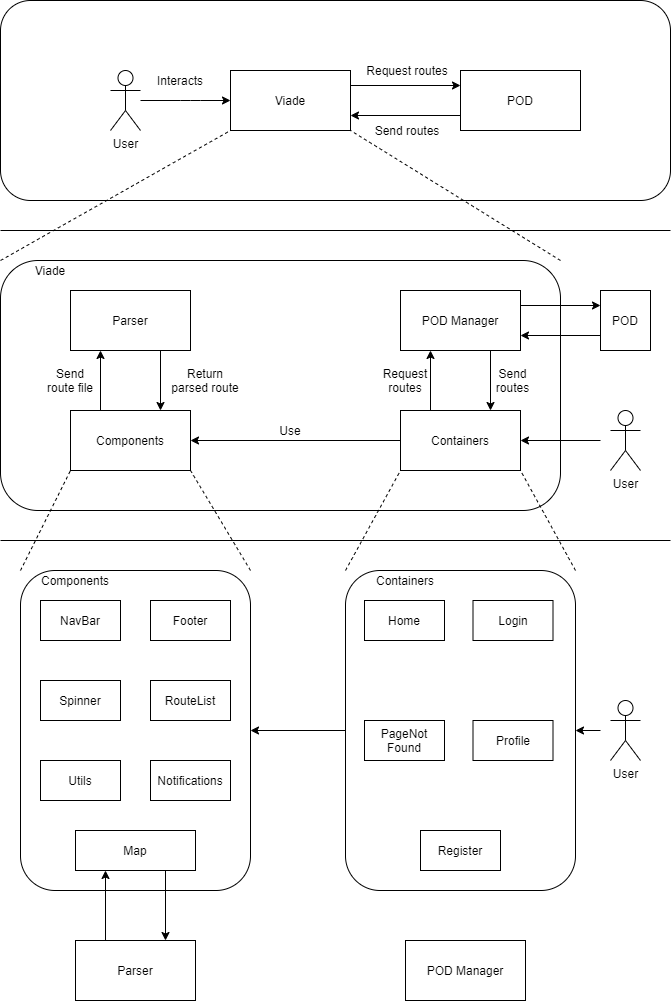
The draw.io diagram src/docs/images/05_building_block_view.png in Arquisoft/viade_es2b, before a commit. Source tidied: cells renumbered, new cells last; positions are measured from the earlier drawing's top-left corner, leaving out a move shared by most shapes. Its diagram source:
```xml
<mxGraphModel>
  <root>
    <mxCell id="0" />
    <mxCell id="1" parent="0" />
    <mxCell id="2" style="rounded=1;whiteSpace=wrap;html=1;" parent="1" vertex="1">
      <mxGeometry width="670" height="200" as="geometry" />
    </mxCell>
    <mxCell id="3" value="Viade" style="rounded=0;whiteSpace=wrap;html=1;" parent="1" vertex="1">
      <mxGeometry x="230" y="70" width="120" height="60" as="geometry" />
    </mxCell>
    <mxCell id="4" style="endArrow=none;dashed=1;html=1;entryX=0;entryY=1;entryDx=0;entryDy=0;exitX=0;exitY=0;exitDx=0;exitDy=0;" parent="1" edge="1" source="11" target="3">
      <mxGeometry relative="1" as="geometry" />
    </mxCell>
    <mxCell id="5" style="endArrow=classic;html=1;exitX=1;exitY=0.25;exitDx=0;exitDy=0;entryX=0;entryY=0.25;entryDx=0;entryDy=0;" parent="1" edge="1" source="3" target="6">
      <mxGeometry relative="1" as="geometry" />
    </mxCell>
    <mxCell id="6" value="POD" style="rounded=0;whiteSpace=wrap;html=1;" parent="1" vertex="1">
      <mxGeometry x="460" y="70" width="120" height="60" as="geometry" />
    </mxCell>
    <mxCell id="7" style="endArrow=classic;html=1;entryX=1;entryY=0.75;entryDx=0;entryDy=0;exitX=0;exitY=0.75;exitDx=0;exitDy=0;" parent="1" edge="1" source="6" target="3">
      <mxGeometry relative="1" as="geometry" />
    </mxCell>
    <mxCell id="8" value="User" style="shape=umlActor;verticalLabelPosition=bottom;labelBackgroundColor=#ffffff;verticalAlign=top;html=1;" parent="1" vertex="1">
      <mxGeometry x="110" y="70" width="30" height="60" as="geometry" />
    </mxCell>
    <mxCell id="9" style="endArrow=classic;html=1;entryX=0;entryY=0.5;entryDx=0;entryDy=0;" parent="1" edge="1" target="3">
      <mxGeometry relative="1" as="geometry">
        <mxPoint x="140" y="100" as="sourcePoint" />
        <Array as="points">
          <mxPoint x="190" y="100" />
        </Array>
      </mxGeometry>
    </mxCell>
    <mxCell id="10" style="endArrow=none;html=1;" parent="1" edge="1">
      <mxGeometry relative="1" as="geometry">
        <mxPoint x="670" y="230" as="sourcePoint" />
        <mxPoint y="230" as="targetPoint" />
      </mxGeometry>
    </mxCell>
    <mxCell id="11" style="rounded=1;whiteSpace=wrap;html=1;" parent="1" vertex="1">
      <mxGeometry y="260" width="560" height="250" as="geometry" />
    </mxCell>
    <mxCell id="12" style="endArrow=none;dashed=1;html=1;entryX=1;entryY=1;entryDx=0;entryDy=0;exitX=1;exitY=0;exitDx=0;exitDy=0;" parent="1" edge="1" source="11" target="3">
      <mxGeometry relative="1" as="geometry" />
    </mxCell>
    <mxCell id="13" style="endArrow=none;html=1;" parent="1" edge="1">
      <mxGeometry relative="1" as="geometry">
        <mxPoint x="670" y="540" as="sourcePoint" />
        <mxPoint y="540" as="targetPoint" />
      </mxGeometry>
    </mxCell>
    <mxCell id="14" value="Request routes" style="text;html=1;strokeColor=none;fillColor=none;align=center;verticalAlign=middle;whiteSpace=wrap;rounded=0;" parent="1" vertex="1">
      <mxGeometry x="364" y="60" width="86" height="20" as="geometry" />
    </mxCell>
    <mxCell id="15" value="Send routes" style="text;html=1;strokeColor=none;fillColor=none;align=center;verticalAlign=middle;whiteSpace=wrap;rounded=0;" parent="1" vertex="1">
      <mxGeometry x="364" y="120" width="86" height="20" as="geometry" />
    </mxCell>
    <mxCell id="16" value="User" style="shape=umlActor;verticalLabelPosition=bottom;labelBackgroundColor=#ffffff;verticalAlign=top;html=1;" parent="1" vertex="1">
      <mxGeometry x="610" y="410" width="30" height="60" as="geometry" />
    </mxCell>
    <mxCell id="17" style="endArrow=classic;html=1;entryX=1;entryY=0.5;entryDx=0;entryDy=0;" parent="1" edge="1" target="22">
      <mxGeometry relative="1" as="geometry">
        <mxPoint x="600" y="440" as="sourcePoint" />
      </mxGeometry>
    </mxCell>
    <mxCell id="18" value="POD" style="rounded=0;whiteSpace=wrap;html=1;" parent="1" vertex="1">
      <mxGeometry x="600" y="290" width="50" height="60" as="geometry" />
    </mxCell>
    <mxCell id="19" style="endArrow=classic;html=1;exitX=1;exitY=0.25;exitDx=0;exitDy=0;entryX=0;entryY=0.25;entryDx=0;entryDy=0;" parent="1" edge="1" source="24" target="18">
      <mxGeometry relative="1" as="geometry" />
    </mxCell>
    <mxCell id="20" value="Viade" style="text;html=1;strokeColor=none;fillColor=none;align=center;verticalAlign=middle;whiteSpace=wrap;rounded=0;" parent="1" vertex="1">
      <mxGeometry x="30" y="260" width="40" height="20" as="geometry" />
    </mxCell>
    <mxCell id="21" value="Components" style="rounded=0;whiteSpace=wrap;html=1;" parent="1" vertex="1">
      <mxGeometry x="70" y="410" width="120" height="60" as="geometry" />
    </mxCell>
    <mxCell id="22" value="Containers" style="rounded=0;whiteSpace=wrap;html=1;" parent="1" vertex="1">
      <mxGeometry x="400" y="410" width="120" height="60" as="geometry" />
    </mxCell>
    <mxCell id="23" value="Parser" style="rounded=0;whiteSpace=wrap;html=1;" parent="1" vertex="1">
      <mxGeometry x="70" y="290" width="120" height="60" as="geometry" />
    </mxCell>
    <mxCell id="24" value="POD Manager" style="rounded=0;whiteSpace=wrap;html=1;" parent="1" vertex="1">
      <mxGeometry x="400" y="290" width="120" height="60" as="geometry" />
    </mxCell>
    <mxCell id="25" style="endArrow=classic;html=1;exitX=0;exitY=0.75;exitDx=0;exitDy=0;entryX=1;entryY=0.75;entryDx=0;entryDy=0;" parent="1" edge="1" source="18" target="24">
      <mxGeometry relative="1" as="geometry" />
    </mxCell>
    <mxCell id="26" style="endArrow=classic;html=1;exitX=0.75;exitY=1;exitDx=0;exitDy=0;entryX=0.75;entryY=0;entryDx=0;entryDy=0;" parent="1" edge="1" source="24" target="22">
      <mxGeometry relative="1" as="geometry" />
    </mxCell>
    <mxCell id="27" style="endArrow=classic;html=1;exitX=0.25;exitY=0;exitDx=0;exitDy=0;entryX=0.25;entryY=1;entryDx=0;entryDy=0;" parent="1" edge="1" source="22" target="24">
      <mxGeometry relative="1" as="geometry" />
    </mxCell>
    <mxCell id="28" style="endArrow=classic;html=1;entryX=1;entryY=0.5;entryDx=0;entryDy=0;exitX=0;exitY=0.5;exitDx=0;exitDy=0;" parent="1" edge="1" source="22" target="21">
      <mxGeometry relative="1" as="geometry" />
    </mxCell>
    <mxCell id="29" style="endArrow=classic;html=1;exitX=0.25;exitY=0;exitDx=0;exitDy=0;entryX=0.25;entryY=1;entryDx=0;entryDy=0;" parent="1" edge="1" source="21" target="23">
      <mxGeometry relative="1" as="geometry" />
    </mxCell>
    <mxCell id="30" style="endArrow=classic;html=1;exitX=0.75;exitY=1;exitDx=0;exitDy=0;entryX=0.75;entryY=0;entryDx=0;entryDy=0;" parent="1" edge="1" source="23" target="21">
      <mxGeometry relative="1" as="geometry" />
    </mxCell>
    <mxCell id="31" value="Interacts" style="text;html=1;strokeColor=none;fillColor=none;align=center;verticalAlign=middle;whiteSpace=wrap;rounded=0;" parent="1" vertex="1">
      <mxGeometry x="150" y="70" width="60" height="20" as="geometry" />
    </mxCell>
    <mxCell id="32" value="Request routes" style="text;html=1;strokeColor=none;fillColor=none;align=center;verticalAlign=middle;whiteSpace=wrap;rounded=0;" parent="1" vertex="1">
      <mxGeometry x="380" y="370" width="50" height="20" as="geometry" />
    </mxCell>
    <mxCell id="33" value="Send routes" style="text;html=1;strokeColor=none;fillColor=none;align=center;verticalAlign=middle;whiteSpace=wrap;rounded=0;" parent="1" vertex="1">
      <mxGeometry x="490" y="370" width="45" height="20" as="geometry" />
    </mxCell>
    <mxCell id="34" value="Use" style="text;html=1;strokeColor=none;fillColor=none;align=center;verticalAlign=middle;whiteSpace=wrap;rounded=0;" parent="1" vertex="1">
      <mxGeometry x="270" y="420" width="40" height="20" as="geometry" />
    </mxCell>
    <mxCell id="35" value="Send route file" style="text;html=1;strokeColor=none;fillColor=none;align=center;verticalAlign=middle;whiteSpace=wrap;rounded=0;" parent="1" vertex="1">
      <mxGeometry x="40" y="370" width="60" height="20" as="geometry" />
    </mxCell>
    <mxCell id="36" value="Return parsed route" style="text;html=1;strokeColor=none;fillColor=none;align=center;verticalAlign=middle;whiteSpace=wrap;rounded=0;" parent="1" vertex="1">
      <mxGeometry x="170" y="370" width="70" height="20" as="geometry" />
    </mxCell>
    <mxCell id="37" style="rounded=1;whiteSpace=wrap;html=1;" parent="1" vertex="1">
      <mxGeometry x="20" y="570" width="230" height="320" as="geometry" />
    </mxCell>
    <mxCell id="38" value="Components" style="text;html=1;strokeColor=none;fillColor=none;align=center;verticalAlign=middle;whiteSpace=wrap;rounded=0;" parent="1" vertex="1">
      <mxGeometry x="40" y="570" width="70" height="20" as="geometry" />
    </mxCell>
    <mxCell id="39" style="rounded=1;whiteSpace=wrap;html=1;" parent="1" vertex="1">
      <mxGeometry x="345" y="570" width="230" height="320" as="geometry" />
    </mxCell>
    <mxCell id="40" value="Containers" style="text;html=1;strokeColor=none;fillColor=none;align=center;verticalAlign=middle;whiteSpace=wrap;rounded=0;" parent="1" vertex="1">
      <mxGeometry x="375" y="570" width="60" height="20" as="geometry" />
    </mxCell>
    <mxCell id="41" style="endArrow=none;dashed=1;html=1;entryX=0;entryY=1;entryDx=0;entryDy=0;exitX=0;exitY=0;exitDx=0;exitDy=0;" parent="1" edge="1" source="37" target="21">
      <mxGeometry relative="1" as="geometry" />
    </mxCell>
    <mxCell id="42" style="endArrow=none;dashed=1;html=1;entryX=1;entryY=1;entryDx=0;entryDy=0;exitX=1;exitY=0;exitDx=0;exitDy=0;" parent="1" edge="1" source="37" target="21">
      <mxGeometry relative="1" as="geometry" />
    </mxCell>
    <mxCell id="43" style="endArrow=none;dashed=1;html=1;entryX=0;entryY=1;entryDx=0;entryDy=0;exitX=0;exitY=0;exitDx=0;exitDy=0;" parent="1" edge="1" source="39" target="22">
      <mxGeometry relative="1" as="geometry" />
    </mxCell>
    <mxCell id="44" style="endArrow=none;dashed=1;html=1;entryX=1;entryY=1;entryDx=0;entryDy=0;exitX=1;exitY=0;exitDx=0;exitDy=0;" parent="1" edge="1" source="39" target="22">
      <mxGeometry relative="1" as="geometry" />
    </mxCell>
    <mxCell id="45" value="Parser" style="rounded=0;whiteSpace=wrap;html=1;" parent="1" vertex="1">
      <mxGeometry x="75" y="940" width="120" height="60" as="geometry" />
    </mxCell>
    <mxCell id="46" value="POD Manager" style="rounded=0;whiteSpace=wrap;html=1;" parent="1" vertex="1">
      <mxGeometry x="405" y="940" width="120" height="60" as="geometry" />
    </mxCell>
    <mxCell id="47" value="User" style="shape=umlActor;verticalLabelPosition=bottom;labelBackgroundColor=#ffffff;verticalAlign=top;html=1;" parent="1" vertex="1">
      <mxGeometry x="610" y="700" width="30" height="60" as="geometry" />
    </mxCell>
    <mxCell id="48" value="Map" style="rounded=0;whiteSpace=wrap;html=1;" parent="1" vertex="1">
      <mxGeometry x="75" y="830" width="120" height="40" as="geometry" />
    </mxCell>
    <mxCell id="49" value="NavBar" style="rounded=0;whiteSpace=wrap;html=1;" parent="1" vertex="1">
      <mxGeometry x="40" y="600" width="80" height="40" as="geometry" />
    </mxCell>
    <mxCell id="50" value="Footer" style="rounded=0;whiteSpace=wrap;html=1;" parent="1" vertex="1">
      <mxGeometry x="150" y="600" width="80" height="40" as="geometry" />
    </mxCell>
    <mxCell id="51" style="endArrow=classic;html=1;exitX=0;exitY=0.5;exitDx=0;exitDy=0;entryX=1;entryY=0.5;entryDx=0;entryDy=0;" parent="1" edge="1" source="39" target="37">
      <mxGeometry relative="1" as="geometry" />
    </mxCell>
    <mxCell id="52" value="Spinner" style="rounded=0;whiteSpace=wrap;html=1;" parent="1" vertex="1">
      <mxGeometry x="40" y="680" width="80" height="40" as="geometry" />
    </mxCell>
    <mxCell id="53" value="RouteList" style="rounded=0;whiteSpace=wrap;html=1;" parent="1" vertex="1">
      <mxGeometry x="150" y="680" width="80" height="40" as="geometry" />
    </mxCell>
    <mxCell id="54" value="Utils" style="rounded=0;whiteSpace=wrap;html=1;" parent="1" vertex="1">
      <mxGeometry x="40" y="760" width="80" height="40" as="geometry" />
    </mxCell>
    <mxCell id="55" style="endArrow=classic;html=1;exitX=0.25;exitY=0;exitDx=0;exitDy=0;entryX=0.25;entryY=1;entryDx=0;entryDy=0;" parent="1" edge="1" source="45" target="48">
      <mxGeometry relative="1" as="geometry" />
    </mxCell>
    <mxCell id="56" style="endArrow=classic;html=1;exitX=0.75;exitY=1;exitDx=0;exitDy=0;entryX=0.75;entryY=0;entryDx=0;entryDy=0;" parent="1" edge="1" source="48" target="45">
      <mxGeometry relative="1" as="geometry" />
    </mxCell>
    <mxCell id="57" value="Notifications" style="rounded=0;whiteSpace=wrap;html=1;" parent="1" vertex="1">
      <mxGeometry x="150" y="760" width="80" height="40" as="geometry" />
    </mxCell>
    <mxCell id="58" value="Home" style="rounded=0;whiteSpace=wrap;html=1;" parent="1" vertex="1">
      <mxGeometry x="364" y="600" width="80" height="40" as="geometry" />
    </mxCell>
    <mxCell id="59" value="Login" style="rounded=0;whiteSpace=wrap;html=1;" parent="1" vertex="1">
      <mxGeometry x="472.5" y="600" width="80" height="40" as="geometry" />
    </mxCell>
    <mxCell id="60" value="PageNot&lt;br&gt;Found" style="rounded=0;whiteSpace=wrap;html=1;" parent="1" vertex="1">
      <mxGeometry x="364" y="720" width="80" height="40" as="geometry" />
    </mxCell>
    <mxCell id="61" value="Profile" style="rounded=0;whiteSpace=wrap;html=1;" parent="1" vertex="1">
      <mxGeometry x="472.5" y="720" width="80" height="40" as="geometry" />
    </mxCell>
    <mxCell id="62" value="Register" style="rounded=0;whiteSpace=wrap;html=1;" parent="1" vertex="1">
      <mxGeometry x="420" y="830" width="80" height="40" as="geometry" />
    </mxCell>
    <mxCell id="63" style="endArrow=classic;html=1;entryX=1;entryY=0.5;entryDx=0;entryDy=0;" parent="1" edge="1" target="39">
      <mxGeometry relative="1" as="geometry">
        <mxPoint x="600" y="730" as="sourcePoint" />
      </mxGeometry>
    </mxCell>
  </root>
</mxGraphModel>
```
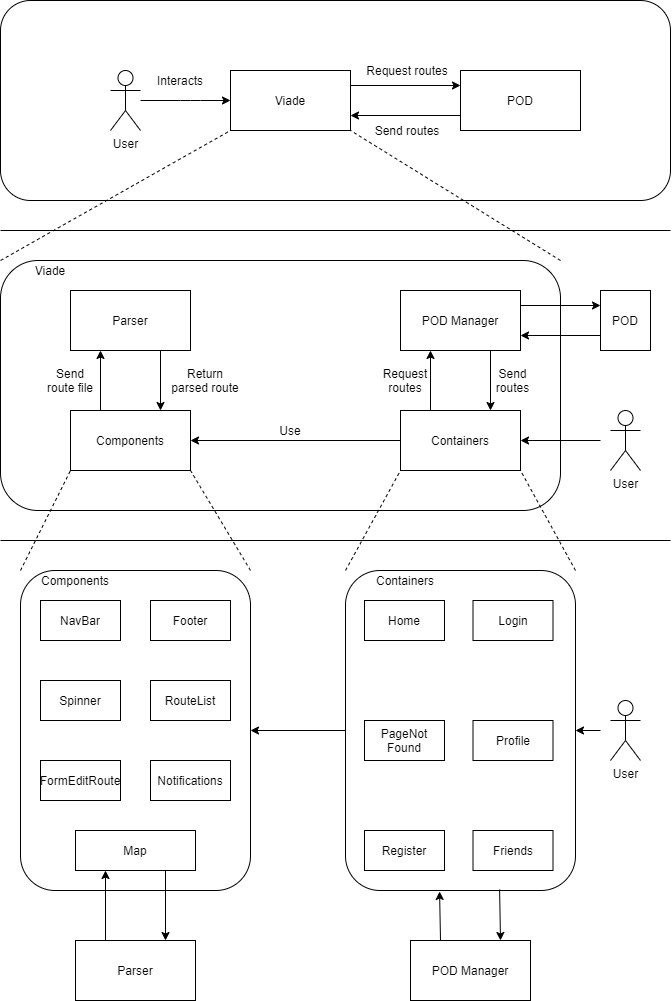
After the change.

What changed in the source:
```diff
@@ -148,7 +148,7 @@
       <mxGeometry x="75" y="940" width="120" height="60" as="geometry" />
     </mxCell>
     <mxCell id="46" value="POD Manager" style="rounded=0;whiteSpace=wrap;html=1;" parent="1" vertex="1">
-      <mxGeometry x="405" y="940" width="120" height="60" as="geometry" />
+      <mxGeometry x="410" y="940" width="120" height="60" as="geometry" />
     </mxCell>
     <mxCell id="47" value="User" style="shape=umlActor;verticalLabelPosition=bottom;labelBackgroundColor=#ffffff;verticalAlign=top;html=1;" parent="1" vertex="1">
       <mxGeometry x="610" y="700" width="30" height="60" as="geometry" />
@@ -171,7 +171,7 @@
     <mxCell id="53" value="RouteList" style="rounded=0;whiteSpace=wrap;html=1;" parent="1" vertex="1">
       <mxGeometry x="150" y="680" width="80" height="40" as="geometry" />
     </mxCell>
-    <mxCell id="54" value="Utils" style="rounded=0;whiteSpace=wrap;html=1;" parent="1" vertex="1">
+    <mxCell id="54" value="FormEditRoute" style="rounded=0;whiteSpace=wrap;html=1;" parent="1" vertex="1">
       <mxGeometry x="40" y="760" width="80" height="40" as="geometry" />
     </mxCell>
     <mxCell id="55" style="endArrow=classic;html=1;exitX=0.25;exitY=0;exitDx=0;exitDy=0;entryX=0.25;entryY=1;entryDx=0;entryDy=0;" parent="1" edge="1" source="45" target="48">
@@ -196,12 +196,21 @@
       <mxGeometry x="472.5" y="720" width="80" height="40" as="geometry" />
     </mxCell>
     <mxCell id="62" value="Register" style="rounded=0;whiteSpace=wrap;html=1;" parent="1" vertex="1">
-      <mxGeometry x="420" y="830" width="80" height="40" as="geometry" />
+      <mxGeometry x="364" y="830" width="80" height="40" as="geometry" />
     </mxCell>
     <mxCell id="63" style="endArrow=classic;html=1;entryX=1;entryY=0.5;entryDx=0;entryDy=0;" parent="1" edge="1" target="39">
       <mxGeometry relative="1" as="geometry">
         <mxPoint x="600" y="730" as="sourcePoint" />
       </mxGeometry>
     </mxCell>
+    <mxCell id="64" style="endArrow=classic;html=1;exitX=0.25;exitY=0;exitDx=0;exitDy=0;entryX=0.409;entryY=1.003;entryDx=0;entryDy=0;entryPerimeter=0;" parent="1" edge="1" source="46" target="39">
+      <mxGeometry relative="1" as="geometry" />
+    </mxCell>
+    <mxCell id="65" style="endArrow=classic;html=1;exitX=0.67;exitY=0.997;exitDx=0;exitDy=0;exitPerimeter=0;entryX=0.75;entryY=0;entryDx=0;entryDy=0;" parent="1" edge="1" source="39" target="46">
+      <mxGeometry relative="1" as="geometry" />
+    </mxCell>
+    <mxCell id="66" value="Friends" style="rounded=0;whiteSpace=wrap;html=1;" parent="1" vertex="1">
+      <mxGeometry x="472.5" y="830" width="80" height="40" as="geometry" />
+    </mxCell>
   </root>
 </mxGraphModel>
```
